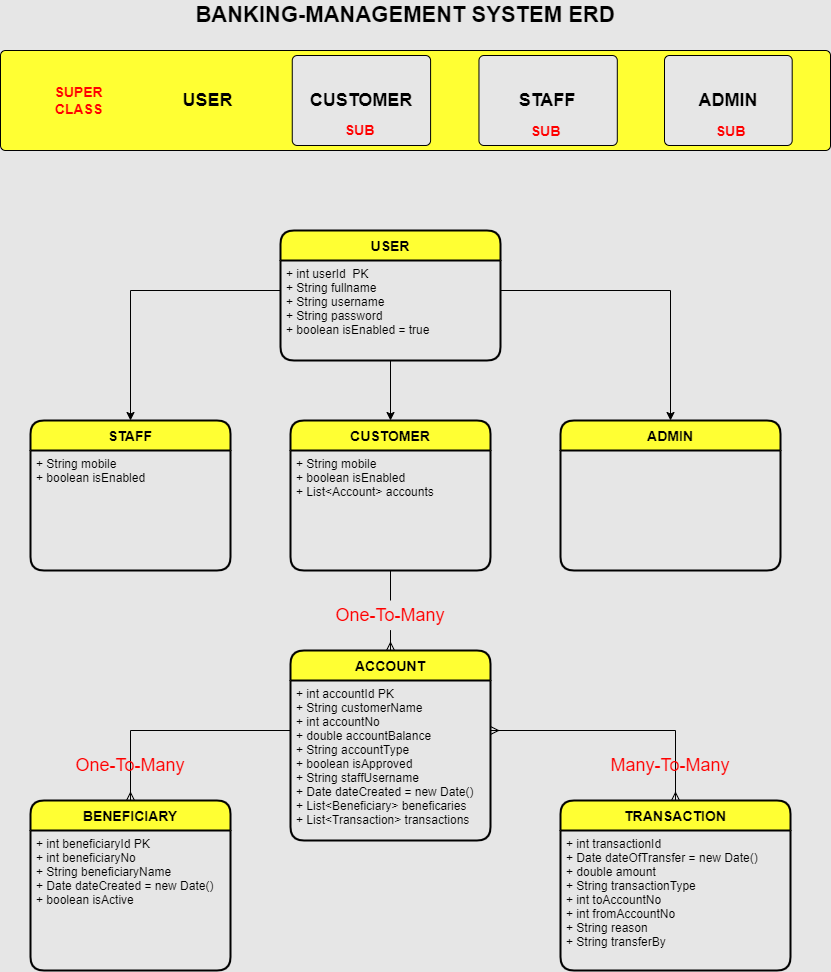
Above: BMS-ERD.drawio.png in p-belinsky/banking-management-system-backend (draw.io), before the change. Source tidied: cells renumbered, new cells last; positions are measured from the earlier drawing's top-left corner, leaving out a move shared by most shapes.
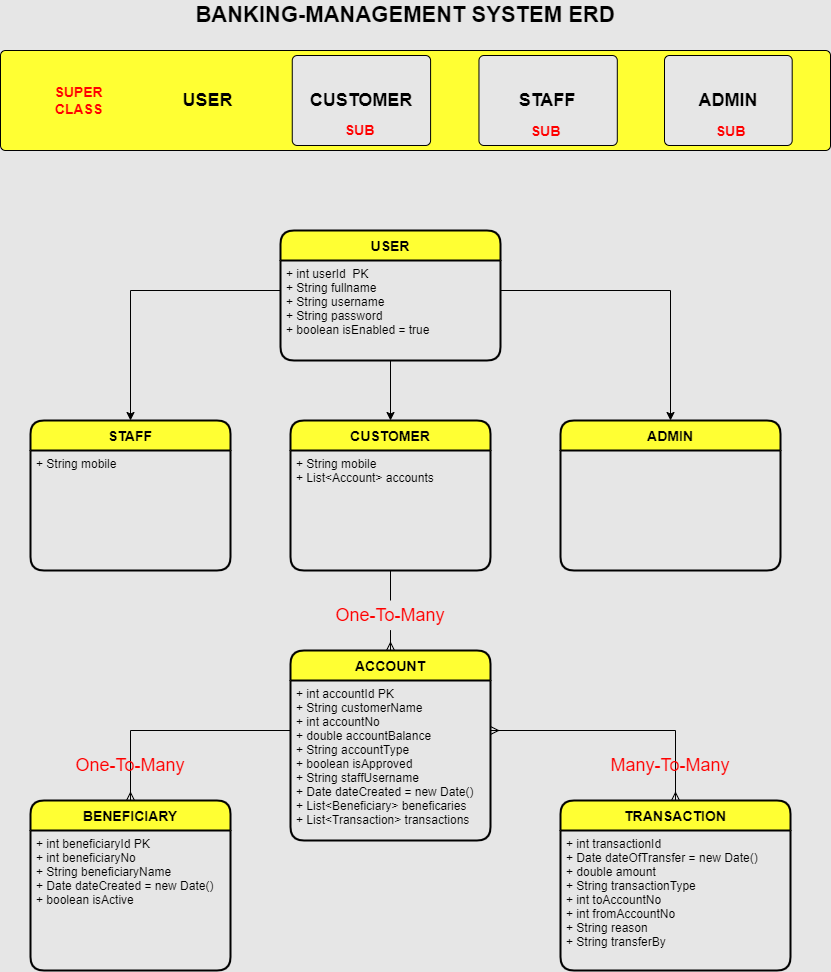
The same file after the commit.

Commit message:
updated ERD Diagram

What changed in the source:
```diff
@@ -45,13 +45,13 @@
     <mxCell id="14" value="CUSTOMER" style="swimlane;horizontal=1;startSize=30;rounded=1;fontSize=14;fontStyle=1;strokeWidth=2;shadow=0;dashed=0;align=center;fillColor=#FFFF33;" parent="1" vertex="1">
       <mxGeometry x="290" y="420" width="200" height="150" as="geometry" />
     </mxCell>
-    <mxCell id="15" value="+ String mobile&#10;+ boolean isEnabled&#10;+ List&lt;Account&gt; accounts&#10;" style="align=left;strokeColor=none;fillColor=none;spacingLeft=4;fontSize=12;verticalAlign=top;" parent="14" vertex="1">
+    <mxCell id="15" value="+ String mobile&#10;+ List&lt;Account&gt; accounts&#10;" style="align=left;strokeColor=none;fillColor=none;spacingLeft=4;fontSize=12;verticalAlign=top;" parent="14" vertex="1">
       <mxGeometry y="30" width="200" height="120" as="geometry" />
     </mxCell>
     <mxCell id="16" value="STAFF" style="swimlane;horizontal=1;startSize=30;rounded=1;fontSize=14;fontStyle=1;strokeWidth=2;shadow=0;dashed=0;align=center;swimlaneFillColor=none;fillColor=#FFFF33;" parent="1" vertex="1">
       <mxGeometry x="30" y="420" width="200" height="150" as="geometry" />
     </mxCell>
-    <mxCell id="17" value="+ String mobile&#10;+ boolean isEnabled&#10;" style="align=left;strokeColor=none;fillColor=none;spacingLeft=4;fontSize=12;verticalAlign=top;" parent="16" vertex="1">
+    <mxCell id="17" value="+ String mobile&#10;" style="align=left;strokeColor=none;fillColor=none;spacingLeft=4;fontSize=12;verticalAlign=top;" parent="16" vertex="1">
       <mxGeometry y="30" width="200" height="120" as="geometry" />
     </mxCell>
     <mxCell id="18" value="ADMIN" style="swimlane;horizontal=1;startSize=30;rounded=1;fontSize=14;fontStyle=1;strokeWidth=2;shadow=0;dashed=0;align=center;fillColor=#FFFF33;" parent="1" vertex="1">
```
